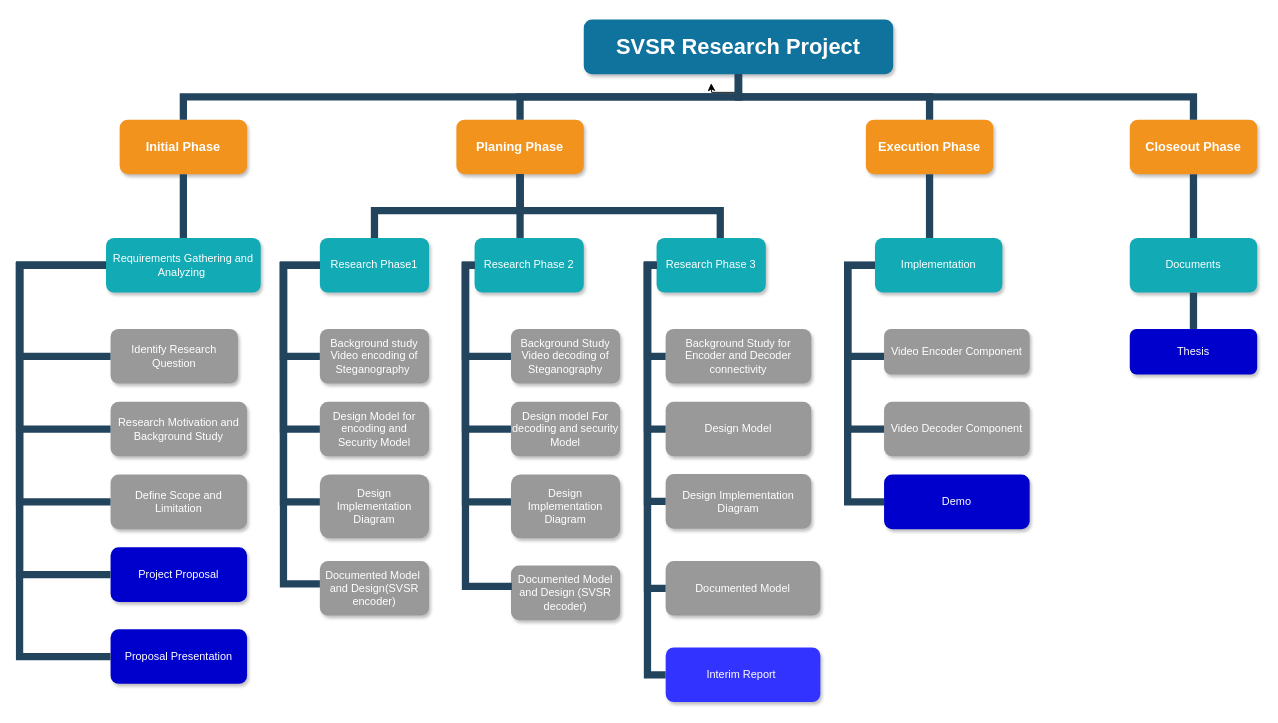
This is wbc_Svsr.drawio from umayanga123/svsr_diagrums, a draw.io file, before an edit. Source tidied: cells renumbered, new cells numbered last; positions are measured from the earlier drawing's top-left corner, leaving out a move shared by most shapes. Both pictures are drawn from the tidied source at 91%, with x=0, y=0 at pixel (19, 19).
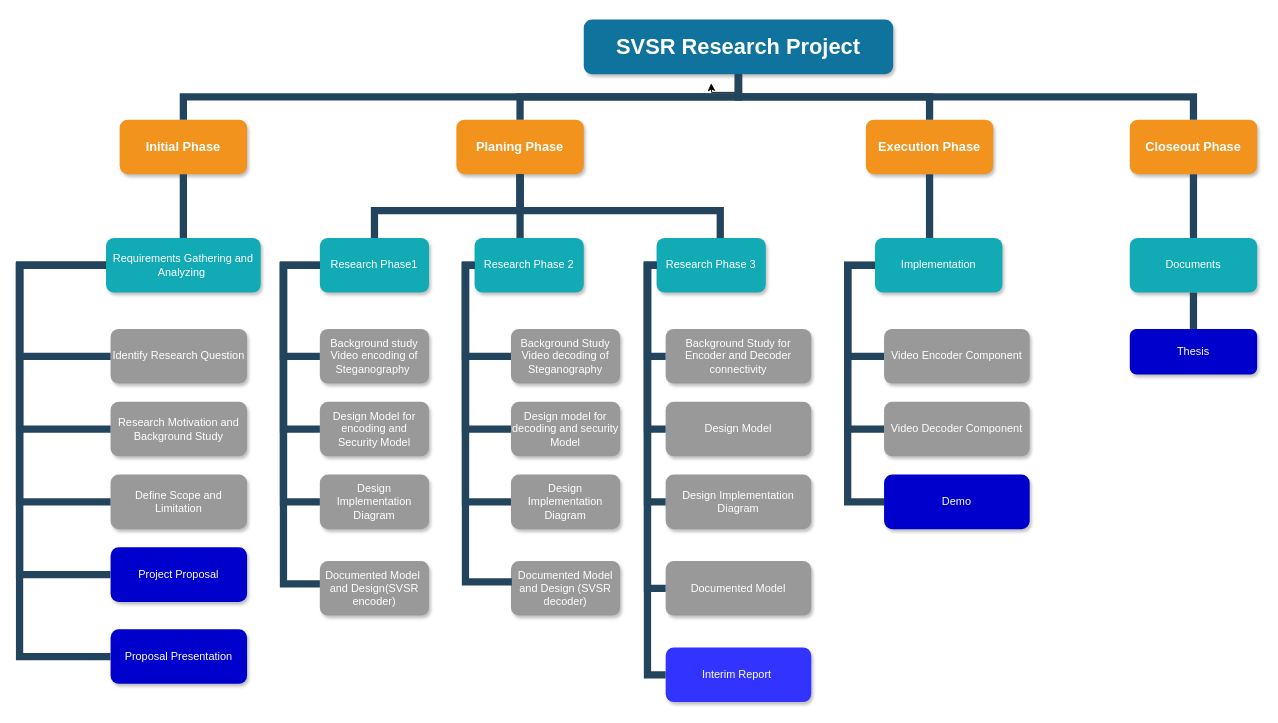
The same diagram, later.

The edit, as a diff of the source:
```diff
@@
     <mxCell id="9" value="Identify Research Question" style="whiteSpace=wrap;rounded=1;fillColor=#999999;strokeColor=none;shadow=1;fontColor=#FFFFFF;fontStyle=0;" parent="1" vertex="1">
-      <mxGeometry x="100" y="340" width="140" height="60" as="geometry" />
+      <mxGeometry x="100" y="340" width="150" height="60" as="geometry" />
     </mxCell>
@@
     <mxCell id="18" value="Design Implementation Diagram" style="whiteSpace=wrap;rounded=1;fillColor=#999999;strokeColor=none;shadow=1;fontColor=#FFFFFF;fontStyle=0;" parent="1" vertex="1">
-      <mxGeometry x="330" y="500" width="120" height="70" as="geometry" />
+      <mxGeometry x="330" y="500" width="120" height="60" as="geometry" />
     </mxCell>
@@
-    <mxCell id="21" value="Design model For decoding and security Model" style="whiteSpace=wrap;rounded=1;fillColor=#999999;strokeColor=none;shadow=1;fontColor=#FFFFFF;fontStyle=0;" parent="1" vertex="1">
+    <mxCell id="21" value="Design model for decoding and security Model" style="whiteSpace=wrap;rounded=1;fillColor=#999999;strokeColor=none;shadow=1;fontColor=#FFFFFF;fontStyle=0;" parent="1" vertex="1">
       <mxGeometry x="540" y="420" width="120" height="60" as="geometry" />
     </mxCell>
     <mxCell id="22" value="Design Implementation Diagram" style="whiteSpace=wrap;rounded=1;fillColor=#999999;strokeColor=none;shadow=1;fontColor=#FFFFFF;fontStyle=0;" parent="1" vertex="1">
-      <mxGeometry x="540" y="500" width="120" height="70" as="geometry" />
+      <mxGeometry x="540" y="500" width="120" height="60" as="geometry" />
     </mxCell>
     <mxCell id="23" value="Documented Model and Design (SVSR decoder)" style="whiteSpace=wrap;rounded=1;fillColor=#999999;strokeColor=none;shadow=1;fontColor=#FFFFFF;fontStyle=0;" parent="1" vertex="1">
-      <mxGeometry x="540" y="600" width="120" height="60" as="geometry" />
+      <mxGeometry x="540" y="595" width="120" height="60" as="geometry" />
     </mxCell>
@@
     <mxCell id="44" value="Design Implementation Diagram" style="whiteSpace=wrap;rounded=1;fillColor=#999999;strokeColor=none;shadow=1;fontColor=#FFFFFF;fontStyle=0;" parent="1" vertex="1">
-      <mxGeometry x="710" y="499.5" width="160" height="60" as="geometry" />
+      <mxGeometry x="710" y="500" width="160" height="60" as="geometry" />
     </mxCell>
     <mxCell id="45" value="Documented Model" style="whiteSpace=wrap;rounded=1;fillColor=#999999;strokeColor=none;shadow=1;fontColor=#FFFFFF;fontStyle=0;" parent="1" vertex="1">
-      <mxGeometry x="710" y="595" width="170" height="60" as="geometry" />
+      <mxGeometry x="710" y="595" width="160" height="60" as="geometry" />
     </mxCell>
     <mxCell id="46" value="Interim Report " style="whiteSpace=wrap;rounded=1;fillColor=#3333FF;strokeColor=none;shadow=1;fontColor=#FFFFFF;fontStyle=0;" parent="1" vertex="1">
-      <mxGeometry x="710" y="690" width="170" height="60" as="geometry" />
+      <mxGeometry x="710" y="690" width="160" height="60" as="geometry" />
     </mxCell>
     <mxCell id="47" value="Video Encoder Component" style="whiteSpace=wrap;rounded=1;fillColor=#999999;strokeColor=none;shadow=1;fontColor=#FFFFFF;fontStyle=0;" parent="1" vertex="1">
-      <mxGeometry x="950" y="340" width="160" height="50" as="geometry" />
+      <mxGeometry x="950" y="340" width="160" height="60" as="geometry" />
     </mxCell>
```
